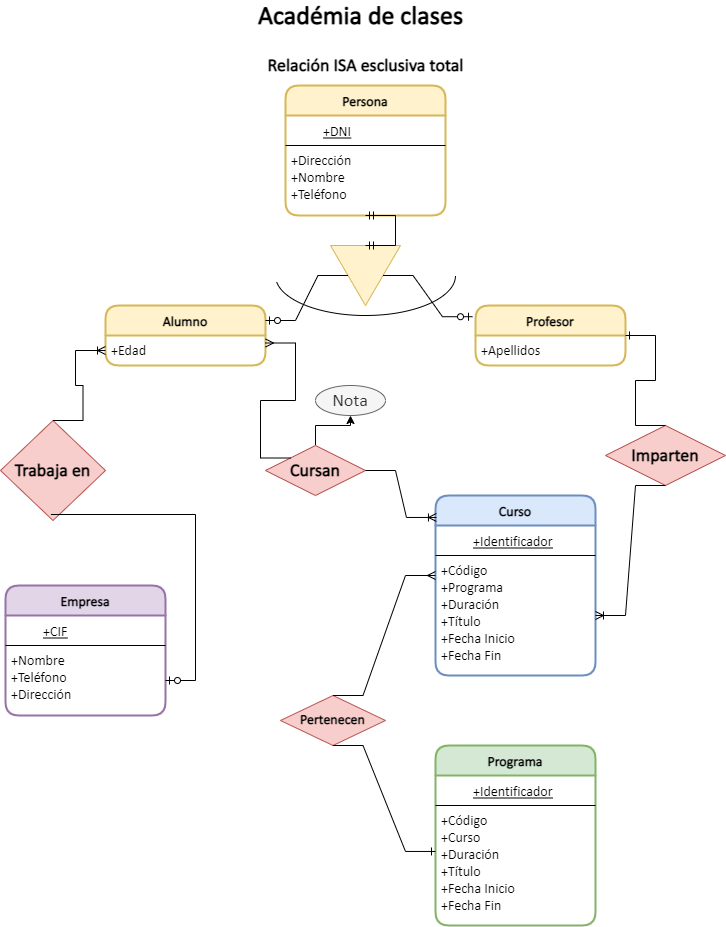
This is Ejercicio2Academia_de_clases.png from JagaScripts/UD12-Team02-Ejercicio02, a draw.io export, as it was before one commit. Source tidied: cells renumbered, new cells last; positions are measured from the earlier drawing's top-left corner, leaving out a move shared by most shapes.
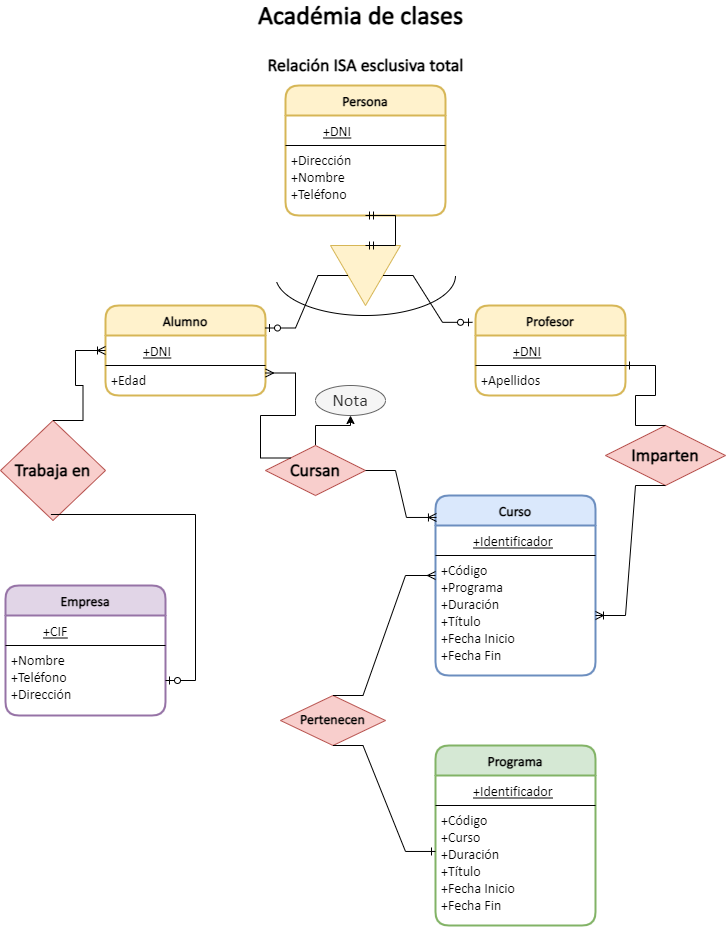
Later version of the same file.

Diff of the diagram source:
```diff
@@ -21,10 +21,22 @@
       <mxGeometry y="60" width="160" height="70" as="geometry" />
     </mxCell>
     <mxCell id="8" value="Alumno" style="swimlane;horizontal=1;startSize=30;rounded=1;fontSize=14;fontStyle=1;strokeWidth=2;shadow=0;dashed=0;align=center;fontFamily=Calibri;fontSource=https%3A%2F%2Ffonts.googleapis.com%2Fcss%3Ffamily%3DCalibri;fillColor=#fff2cc;strokeColor=#d6b656;" parent="1" vertex="1">
-      <mxGeometry x="105" y="305" width="160" height="60" as="geometry" />
+      <mxGeometry x="105" y="305" width="160" height="90" as="geometry" />
     </mxCell>
+    <mxCell id="51" style="shape=table;startSize=0;rowLines=0;fontStyle=0;align=center;strokeColor=none;fillColor=none;" parent="8" vertex="1">
+      <mxGeometry y="30" width="160" height="30" as="geometry" />
+    </mxCell>
+    <mxCell id="52" style="shape=tableRow;horizontal=0;startSize=0;swimlaneHead=0;swimlaneBody=0;fillColor=none;top=0;left=0;right=0;bottom=1;" parent="51" vertex="1">
+      <mxGeometry width="160" height="30" as="geometry" />
+    </mxCell>
+    <mxCell id="53" style="shape=partialRectangle;fillColor=none;top=0;left=0;bottom=0;right=0;fontStyle=1;overflow=hidden;" parent="52" vertex="1">
+      <mxGeometry width="30" height="30" as="geometry" />
+    </mxCell>
+    <mxCell id="54" value="+DNI" style="shape=partialRectangle;fillColor=none;top=0;left=0;bottom=0;right=0;align=left;spacingLeft=6;fontStyle=4;overflow=hidden;fontFamily=Calibri;fontSource=https%3A%2F%2Ffonts.googleapis.com%2Fcss%3Ffamily%3DCalibri;fontSize=14;" parent="52" vertex="1">
+      <mxGeometry x="30" width="130" height="30" as="geometry" />
+    </mxCell>
     <mxCell id="9" value="+Edad&#10;" style="align=left;strokeColor=none;fillColor=none;spacingLeft=4;fontSize=14;verticalAlign=top;fontFamily=Calibri;fontSource=https%3A%2F%2Ffonts.googleapis.com%2Fcss%3Ffamily%3DCalibri;" parent="8" vertex="1">
-      <mxGeometry y="30" width="160" height="30" as="geometry" />
+      <mxGeometry y="60" width="160" height="30" as="geometry" />
     </mxCell>
     <mxCell id="10" value="Curso" style="swimlane;horizontal=1;startSize=30;rounded=1;fontSize=14;fontStyle=1;strokeWidth=2;shadow=0;dashed=0;align=center;fontFamily=Calibri;fontSource=https%3A%2F%2Ffonts.googleapis.com%2Fcss%3Ffamily%3DCalibri;fillColor=#dae8fc;strokeColor=#6c8ebf;" parent="1" vertex="1">
       <mxGeometry x="435" y="495" width="160" height="180" as="geometry" />
@@ -45,15 +57,30 @@
       <mxGeometry y="60" width="160" height="120" as="geometry" />
     </mxCell>
     <mxCell id="16" value="Profesor" style="swimlane;horizontal=1;startSize=30;rounded=1;fontSize=14;fontStyle=1;strokeWidth=2;shadow=0;dashed=0;align=center;fontFamily=Calibri;fontSource=https%3A%2F%2Ffonts.googleapis.com%2Fcss%3Ffamily%3DCalibri;fillColor=#fff2cc;strokeColor=#d6b656;" parent="1" vertex="1">
-      <mxGeometry x="475" y="305" width="150" height="60" as="geometry" />
+      <mxGeometry x="475" y="305" width="150" height="90" as="geometry" />
     </mxCell>
+    <mxCell id="55" style="shape=table;startSize=0;rowLines=0;fontStyle=0;align=left;strokeColor=none;fillColor=none;fontFamily=Calibri;fontSource=https%3A%2F%2Ffonts.googleapis.com%2Fcss%3Ffamily%3DCalibri;fontSize=14;" parent="16" vertex="1">
+      <mxGeometry y="30" width="150" height="30" as="geometry" />
+    </mxCell>
+    <mxCell id="56" style="shape=tableRow;horizontal=0;startSize=0;swimlaneHead=0;swimlaneBody=0;fillColor=none;top=0;left=0;right=0;bottom=1;fontFamily=Calibri;fontSource=https%3A%2F%2Ffonts.googleapis.com%2Fcss%3Ffamily%3DCalibri;" parent="55" vertex="1">
+      <mxGeometry width="150" height="30" as="geometry" />
+    </mxCell>
+    <mxCell id="57" style="shape=partialRectangle;fillColor=none;top=0;left=0;bottom=0;right=0;fontStyle=1;overflow=hidden;fontFamily=Calibri;fontSource=https%3A%2F%2Ffonts.googleapis.com%2Fcss%3Ffamily%3DCalibri;" parent="56" vertex="1">
+      <mxGeometry width="30" height="30" as="geometry" />
+    </mxCell>
+    <mxCell id="58" value="+DNI" style="shape=partialRectangle;fillColor=none;top=0;left=0;bottom=0;right=0;align=left;spacingLeft=6;fontStyle=4;overflow=hidden;fontFamily=Calibri;fontSource=https%3A%2F%2Ffonts.googleapis.com%2Fcss%3Ffamily%3DCalibri;fontSize=14;" parent="56" vertex="1">
+      <mxGeometry x="30" width="120" height="30" as="geometry" />
+    </mxCell>
     <mxCell id="17" value="+Apellidos" style="align=left;strokeColor=none;fillColor=none;spacingLeft=4;fontSize=14;verticalAlign=top;fontFamily=Calibri;fontSource=https%3A%2F%2Ffonts.googleapis.com%2Fcss%3Ffamily%3DCalibri;" parent="16" vertex="1">
-      <mxGeometry y="30" width="150" height="30" as="geometry" />
+      <mxGeometry y="60" width="150" height="30" as="geometry" />
     </mxCell>
+    <mxCell id="59" style="shape=table;startSize=0;rowLines=0;fontStyle=0;align=center;strokeColor=none;fillColor=none;fontFamily=Calibri;fontSource=https%3A%2F%2Ffonts.googleapis.com%2Fcss%3Ffamily%3DCalibri;" parent="16" vertex="1">
+      <mxGeometry y="90" width="150" as="geometry" />
+    </mxCell>
     <mxCell id="18" value="Persona" style="swimlane;horizontal=1;startSize=30;rounded=1;fontSize=14;fontStyle=1;strokeWidth=2;shadow=0;dashed=0;align=center;fontFamily=Calibri;fontSource=https%3A%2F%2Ffonts.googleapis.com%2Fcss%3Ffamily%3DCalibri;html=0;fillColor=#fff2cc;strokeColor=#d6b656;" parent="1" vertex="1">
       <mxGeometry x="285" y="85" width="160" height="130" as="geometry" />
     </mxCell>
-    <mxCell id="19" style="shape=table;startSize=0;rowLines=0;fontStyle=0;align=center;strokeColor=none;fillColor=none;fontFamily=Calibri;fontSource=https%3A%2F%2Ffonts.googleapis.com%2Fcss%3Ffamily%3DCalibri;fontSize=14;html=0;" parent="18" vertex="1">
+    <mxCell id="19" style="shape=table;startSize=0;rowLines=0;fontStyle=0;align=left;strokeColor=none;fillColor=none;fontFamily=Calibri;fontSource=https%3A%2F%2Ffonts.googleapis.com%2Fcss%3Ffamily%3DCalibri;fontSize=14;html=0;" parent="18" vertex="1">
       <mxGeometry y="30" width="160" height="30" as="geometry" />
     </mxCell>
     <mxCell id="20" style="shape=tableRow;horizontal=0;startSize=0;swimlaneHead=0;swimlaneBody=0;fillColor=none;top=0;left=0;right=0;bottom=1;fontFamily=Calibri;fontSource=https%3A%2F%2Ffonts.googleapis.com%2Fcss%3Ffamily%3DCalibri;fontSize=14;html=0;" parent="19" vertex="1">
```
